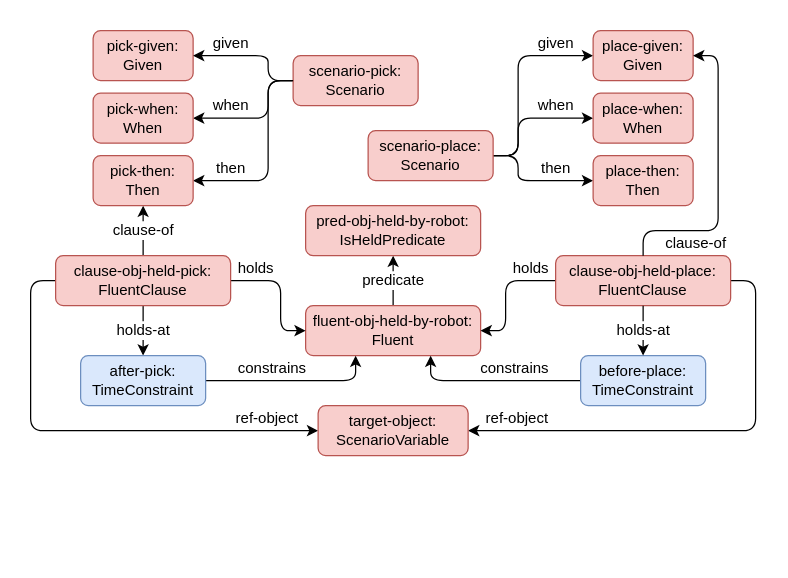
Earlier version of the draw.io diagram page "template with 2 isHeld" (4 of 8) of bdd-example-pickplace.drawio (minhnh/drawio-diagrams). Source tidied: cells renumbered, new cells numbered last; positions are measured from the earlier drawing's top-left corner, leaving out a move shared by most shapes. Both pictures are drawn from the tidied source at 125%, with x=0, y=0 at pixel (30, 30).
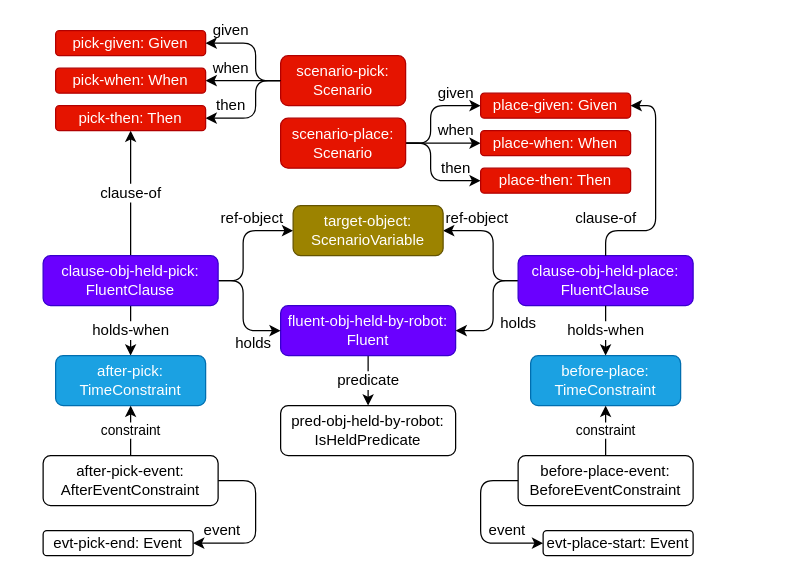
The same page after the edit.

What changed in the source:
```diff
@@
-    <mxCell id="3" value="fluent-obj-held-by-robot:&lt;br style=&quot;font-size: 12px;&quot;&gt;Fluent" style="rounded=1;whiteSpace=wrap;html=1;fillColor=#f8cecc;strokeColor=#b85450;fontSize=12;labelBackgroundColor=none;" parent="1" vertex="1">
-      <mxGeometry x="220" y="220" width="140" height="40" as="geometry" />
+    <mxCell id="3" value="fluent-obj-held-by-robot:&lt;br style=&quot;font-size: 12px;&quot;&gt;Fluent" style="rounded=1;whiteSpace=wrap;html=1;fillColor=#6a00ff;strokeColor=#3700CC;fontSize=12;labelBackgroundColor=none;fontColor=#ffffff;" parent="1" vertex="1">
+      <mxGeometry x="200" y="220" width="140" height="40" as="geometry" />
     </mxCell>
-    <mxCell id="4" value="pred-obj-held-by-robot: IsHeldPredicate" style="rounded=1;whiteSpace=wrap;html=1;fillColor=#f8cecc;strokeColor=#b85450;fontSize=12;labelBackgroundColor=none;" parent="1" vertex="1">
-      <mxGeometry x="220" y="140" width="140" height="40" as="geometry" />
+    <mxCell id="4" value="pred-obj-held-by-robot: IsHeldPredicate" style="rounded=1;whiteSpace=wrap;html=1;fontSize=12;labelBackgroundColor=none;" parent="1" vertex="1">
+      <mxGeometry x="200" y="300" width="140" height="40" as="geometry" />
     </mxCell>
     <mxCell id="5" value="holds" style="edgeStyle=orthogonalEdgeStyle;shape=connector;rounded=1;jettySize=auto;html=1;labelBackgroundColor=none;strokeColor=default;align=center;verticalAlign=middle;fontFamily=Helvetica;fontSize=12;fontColor=default;endArrow=classic;" parent="1" edge="1" source="9" target="3">
-      <mxGeometry x="-0.6" y="10" relative="1" as="geometry">
+      <mxGeometry x="0.5" y="-10" relative="1" as="geometry">
         <Array as="points">
-          <mxPoint x="200" y="200" />
-          <mxPoint x="200" y="240" />
+          <mxPoint x="170" y="200" />
+          <mxPoint x="170" y="240" />
         </Array>
       </mxGeometry>
     </mxCell>
-    <mxCell id="6" value="holds-at" style="edgeStyle=orthogonalEdgeStyle;shape=connector;rounded=1;jettySize=auto;html=1;labelBackgroundColor=default;strokeColor=default;align=center;verticalAlign=middle;fontFamily=Helvetica;fontSize=12;fontColor=default;endArrow=classic;" parent="1" edge="1" source="9" target="11">
-      <mxGeometry relative="1" as="geometry" />
+    <mxCell id="6" value="holds-when" style="edgeStyle=orthogonalEdgeStyle;shape=connector;rounded=1;jettySize=auto;html=1;labelBackgroundColor=default;strokeColor=default;align=center;verticalAlign=middle;fontFamily=Helvetica;fontSize=12;fontColor=default;endArrow=classic;" parent="1" edge="1" source="9" target="11">
+      <mxGeometry relative="1" as="geometry">
+        <Array as="points">
+          <mxPoint x="80" y="240" />
+          <mxPoint x="80" y="240" />
+        </Array>
+      </mxGeometry>
     </mxCell>
@@
     <mxCell id="8" value="ref-object" style="edgeStyle=orthogonalEdgeStyle;shape=connector;rounded=1;jettySize=auto;html=1;labelBackgroundColor=none;strokeColor=default;align=center;verticalAlign=middle;fontFamily=Helvetica;fontSize=12;fontColor=default;endArrow=classic;" parent="1" edge="1" source="9" target="31">
-      <mxGeometry x="0.78" y="10" relative="1" as="geometry">
+      <mxGeometry x="0.33" y="10" relative="1" as="geometry">
         <Array as="points">
-          <mxPoint y="200" />
-          <mxPoint y="320" />
+          <mxPoint x="170" y="200" />
+          <mxPoint x="170" y="160" />
         </Array>
       </mxGeometry>
     </mxCell>
-    <mxCell id="9" value="clause-obj-held-pick: FluentClause" style="rounded=1;whiteSpace=wrap;html=1;fillColor=#f8cecc;strokeColor=#b85450;fontSize=12;labelBackgroundColor=none;" parent="1" vertex="1">
-      <mxGeometry x="20" y="180" width="140" height="40" as="geometry" />
+    <mxCell id="9" value="clause-obj-held-pick: FluentClause" style="rounded=1;whiteSpace=wrap;html=1;fillColor=#6a00ff;strokeColor=#3700CC;fontSize=12;labelBackgroundColor=none;fontColor=#ffffff;" parent="1" vertex="1">
+      <mxGeometry x="10" y="180" width="140" height="40" as="geometry" />
     </mxCell>
-    <mxCell id="10" value="constrains" style="edgeStyle=orthogonalEdgeStyle;shape=connector;rounded=1;jettySize=auto;html=1;labelBackgroundColor=none;strokeColor=default;align=center;verticalAlign=middle;fontFamily=Helvetica;fontSize=12;fontColor=default;endArrow=classic;" parent="1" edge="1" source="11" target="3">
-      <mxGeometry x="-0.25" y="10" relative="1" as="geometry">
-        <Array as="points">
-          <mxPoint x="260" y="280" />
-        </Array>
-      </mxGeometry>
-    </mxCell>
-    <mxCell id="11" value="after-pick: TimeConstraint" style="rounded=1;whiteSpace=wrap;html=1;fillColor=#dae8fc;strokeColor=#6c8ebf;fontSize=12;labelBackgroundColor=none;" parent="1" vertex="1">
-      <mxGeometry x="40" y="260" width="100" height="40" as="geometry" />
+    <mxCell id="11" value="after-pick: TimeConstraint" style="rounded=1;whiteSpace=wrap;html=1;fillColor=#1ba1e2;strokeColor=#006EAF;fontSize=12;labelBackgroundColor=none;fontColor=#ffffff;" parent="1" vertex="1">
+      <mxGeometry x="20" y="260" width="120" height="40" as="geometry" />
     </mxCell>
     <mxCell id="12" value="then" style="edgeStyle=orthogonalEdgeStyle;shape=connector;rounded=1;jettySize=auto;html=1;labelBackgroundColor=none;strokeColor=default;align=center;verticalAlign=middle;fontFamily=Helvetica;fontSize=12;fontColor=default;endArrow=classic;" parent="1" edge="1" source="14" target="15">
-      <mxGeometry x="0.62" y="-10" relative="1" as="geometry">
+      <mxGeometry x="0.56" y="-10" relative="1" as="geometry">
         <Array as="points">
-          <mxPoint x="190" y="40" />
-          <mxPoint x="190" y="120" />
+          <mxPoint x="180" y="40" />
+          <mxPoint x="180" y="70" />
         </Array>
       </mxGeometry>
     </mxCell>
     <mxCell id="13" value="when" style="edgeStyle=orthogonalEdgeStyle;shape=connector;rounded=1;jettySize=auto;html=1;labelBackgroundColor=none;strokeColor=default;align=center;verticalAlign=middle;fontFamily=Helvetica;fontSize=12;fontColor=default;endArrow=classic;" parent="1" edge="1" source="14" target="28">
-      <mxGeometry x="0.45" y="-10" relative="1" as="geometry">
+      <mxGeometry x="0.33" y="-10" relative="1" as="geometry">
         <Array as="points">
-          <mxPoint x="190" y="40" />
-          <mxPoint x="190" y="70" />
+          <mxPoint x="150" y="40" />
+          <mxPoint x="150" y="40" />
         </Array>
       </mxGeometry>
     </mxCell>
-    <mxCell id="14" value="scenario-pick: Scenario" style="rounded=1;whiteSpace=wrap;html=1;fillColor=#f8cecc;strokeColor=#b85450;fontSize=12;labelBackgroundColor=none;" parent="1" vertex="1">
-      <mxGeometry x="210" y="20" width="100" height="40" as="geometry" />
+    <mxCell id="14" value="scenario-pick: Scenario" style="rounded=1;whiteSpace=wrap;html=1;fillColor=#e51400;strokeColor=#B20000;fontSize=12;labelBackgroundColor=none;fontColor=#ffffff;" parent="1" vertex="1">
+      <mxGeometry x="200" y="20" width="100" height="40" as="geometry" />
     </mxCell>
-    <mxCell id="15" value="pick-then: Then" style="rounded=1;whiteSpace=wrap;html=1;fillColor=#f8cecc;strokeColor=#b85450;fontSize=12;labelBackgroundColor=none;" parent="1" vertex="1">
-      <mxGeometry x="50" y="100" width="80" height="40" as="geometry" />
+    <mxCell id="15" value="pick-then: Then" style="rounded=1;whiteSpace=wrap;html=1;fillColor=#e51400;strokeColor=#B20000;fontSize=12;labelBackgroundColor=none;fontColor=#ffffff;" parent="1" vertex="1">
+      <mxGeometry x="20" y="60" width="120" height="20" as="geometry" />
     </mxCell>
     <mxCell id="16" value="holds" style="edgeStyle=orthogonalEdgeStyle;shape=connector;rounded=1;jettySize=auto;html=1;labelBackgroundColor=none;strokeColor=default;align=center;verticalAlign=middle;fontFamily=Helvetica;fontSize=12;fontColor=default;endArrow=classic;" parent="1" edge="1" source="18" target="3">
-      <mxGeometry x="-0.6" y="-10" relative="1" as="geometry">
+      <mxGeometry x="0.2" y="20" relative="1" as="geometry">
         <Array as="points">
-          <mxPoint x="380" y="200" />
-          <mxPoint x="380" y="240" />
+          <mxPoint x="370" y="200" />
+          <mxPoint x="370" y="240" />
         </Array>
       </mxGeometry>
     </mxCell>
     <mxCell id="17" value="ref-object" style="edgeStyle=orthogonalEdgeStyle;shape=connector;rounded=1;jettySize=auto;html=1;labelBackgroundColor=none;strokeColor=default;align=center;verticalAlign=middle;fontFamily=Helvetica;fontSize=12;fontColor=default;endArrow=classic;" parent="1" edge="1" source="18" target="31">
-      <mxGeometry x="0.79" y="-10" relative="1" as="geometry">
+      <mxGeometry x="0.45" y="-10" relative="1" as="geometry">
         <Array as="points">
-          <mxPoint x="580" y="200" />
-          <mxPoint x="580" y="320" />
+          <mxPoint x="370" y="200" />
+          <mxPoint x="370" y="160" />
         </Array>
       </mxGeometry>
     </mxCell>
-    <mxCell id="18" value="clause-obj-held-place: FluentClause" style="rounded=1;whiteSpace=wrap;html=1;fillColor=#f8cecc;strokeColor=#b85450;fontSize=12;labelBackgroundColor=none;" parent="1" vertex="1">
-      <mxGeometry x="420" y="180" width="140" height="40" as="geometry" />
+    <mxCell id="18" value="clause-obj-held-place: FluentClause" style="rounded=1;whiteSpace=wrap;html=1;fillColor=#6a00ff;strokeColor=#3700CC;fontSize=12;labelBackgroundColor=none;fontColor=#ffffff;" parent="1" vertex="1">
+      <mxGeometry x="390" y="180" width="140" height="40" as="geometry" />
     </mxCell>
-    <mxCell id="19" value="constrains" style="edgeStyle=orthogonalEdgeStyle;shape=connector;rounded=1;jettySize=auto;html=1;labelBackgroundColor=none;strokeColor=default;align=center;verticalAlign=middle;fontFamily=Helvetica;fontSize=12;fontColor=default;endArrow=classic;" parent="1" edge="1" source="20" target="3">
-      <mxGeometry x="-0.25" y="-10" relative="1" as="geometry">
-        <Array as="points">
-          <mxPoint x="320" y="280" />
-        </Array>
-      </mxGeometry>
-    </mxCell>
-    <mxCell id="20" value="before-place: TimeConstraint" style="rounded=1;whiteSpace=wrap;html=1;fillColor=#dae8fc;strokeColor=#6c8ebf;fontSize=12;labelBackgroundColor=none;" parent="1" vertex="1">
-      <mxGeometry x="440" y="260" width="100" height="40" as="geometry" />
+    <mxCell id="20" value="before-place: TimeConstraint" style="rounded=1;whiteSpace=wrap;html=1;fillColor=#1ba1e2;strokeColor=#006EAF;fontSize=12;labelBackgroundColor=none;fontColor=#ffffff;" parent="1" vertex="1">
+      <mxGeometry x="400" y="260" width="120" height="40" as="geometry" />
     </mxCell>
-    <mxCell id="21" value="holds-at" style="edgeStyle=orthogonalEdgeStyle;shape=connector;rounded=1;jettySize=auto;html=1;labelBackgroundColor=default;strokeColor=default;align=center;verticalAlign=middle;fontFamily=Helvetica;fontSize=12;fontColor=default;endArrow=classic;" parent="1" edge="1" source="18" target="20">
-      <mxGeometry relative="1" as="geometry" />
+    <mxCell id="21" value="holds-when" style="edgeStyle=orthogonalEdgeStyle;shape=connector;rounded=1;jettySize=auto;html=1;labelBackgroundColor=default;strokeColor=default;align=center;verticalAlign=middle;fontFamily=Helvetica;fontSize=12;fontColor=default;endArrow=classic;" parent="1" edge="1" source="18" target="20">
+      <mxGeometry relative="1" as="geometry">
+        <Array as="points">
+          <mxPoint x="460" y="240" />
+          <mxPoint x="460" y="240" />
+        </Array>
+      </mxGeometry>
     </mxCell>
     <mxCell id="22" value="given" style="edgeStyle=orthogonalEdgeStyle;shape=connector;rounded=1;jettySize=auto;html=1;labelBackgroundColor=none;strokeColor=default;align=center;verticalAlign=middle;fontFamily=Helvetica;fontSize=12;fontColor=default;endArrow=classic;" parent="1" edge="1" source="25" target="26">
-      <mxGeometry x="0.62" y="10" relative="1" as="geometry">
+      <mxGeometry x="0.56" y="10" relative="1" as="geometry">
         <Array as="points">
-          <mxPoint x="390" y="100" />
-          <mxPoint x="390" y="20" />
+          <mxPoint x="320" y="90" />
+          <mxPoint x="320" y="60" />
         </Array>
       </mxGeometry>
     </mxCell>
     <mxCell id="23" value="when" style="edgeStyle=orthogonalEdgeStyle;shape=connector;rounded=1;jettySize=auto;html=1;labelBackgroundColor=none;strokeColor=default;align=center;verticalAlign=middle;fontFamily=Helvetica;fontSize=12;fontColor=default;endArrow=classic;" parent="1" edge="1" source="25" target="32">
-      <mxGeometry x="0.45" y="10" relative="1" as="geometry">
-        <Array as="points">
-          <mxPoint x="390" y="100" />
-          <mxPoint x="390" y="70" />
-        </Array>
-      </mxGeometry>
+      <mxGeometry x="0.33" y="10" relative="1" as="geometry" />
     </mxCell>
     <mxCell id="24" value="then" style="edgeStyle=orthogonalEdgeStyle;shape=connector;rounded=1;jettySize=auto;html=1;labelBackgroundColor=none;strokeColor=default;align=center;verticalAlign=middle;fontFamily=Helvetica;fontSize=12;fontColor=default;endArrow=classic;" parent="1" edge="1" source="25" target="33">
-      <mxGeometry x="0.4" y="10" relative="1" as="geometry">
+      <mxGeometry x="0.56" y="10" relative="1" as="geometry">
         <Array as="points">
-          <mxPoint x="390" y="100" />
-          <mxPoint x="390" y="120" />
+          <mxPoint x="320" y="90" />
+          <mxPoint x="320" y="120" />
         </Array>
       </mxGeometry>
     </mxCell>
-    <mxCell id="25" value="scenario-place: Scenario" style="rounded=1;whiteSpace=wrap;html=1;fillColor=#f8cecc;strokeColor=#b85450;fontSize=12;labelBackgroundColor=none;" parent="1" vertex="1">
-      <mxGeometry x="270" y="80" width="100" height="40" as="geometry" />
+    <mxCell id="25" value="scenario-place: Scenario" style="rounded=1;whiteSpace=wrap;html=1;fillColor=#e51400;strokeColor=#B20000;fontSize=12;labelBackgroundColor=none;fontColor=#ffffff;" parent="1" vertex="1">
+      <mxGeometry x="200" y="70" width="100" height="40" as="geometry" />
     </mxCell>
-    <mxCell id="26" value="place-given: Given" style="rounded=1;whiteSpace=wrap;html=1;fillColor=#f8cecc;strokeColor=#b85450;fontSize=12;labelBackgroundColor=none;" parent="1" vertex="1">
-      <mxGeometry x="450" width="80" height="40" as="geometry" />
+    <mxCell id="26" value="place-given: Given" style="rounded=1;whiteSpace=wrap;html=1;fillColor=#e51400;strokeColor=#B20000;fontSize=12;labelBackgroundColor=none;fontColor=#ffffff;" parent="1" vertex="1">
+      <mxGeometry x="360" y="50" width="120" height="20" as="geometry" />
     </mxCell>
-    <mxCell id="27" value="pick-given: Given" style="rounded=1;whiteSpace=wrap;html=1;fillColor=#f8cecc;strokeColor=#b85450;fontSize=12;labelBackgroundColor=none;" parent="1" vertex="1">
-      <mxGeometry x="50" width="80" height="40" as="geometry" />
+    <mxCell id="27" value="pick-given: Given" style="rounded=1;whiteSpace=wrap;html=1;fillColor=#e51400;strokeColor=#B20000;fontSize=12;labelBackgroundColor=none;fontColor=#ffffff;" parent="1" vertex="1">
+      <mxGeometry x="20" width="120" height="20" as="geometry" />
     </mxCell>
-    <mxCell id="28" value="pick-when: When" style="rounded=1;whiteSpace=wrap;html=1;fillColor=#f8cecc;strokeColor=#b85450;fontSize=12;labelBackgroundColor=none;" parent="1" vertex="1">
-      <mxGeometry x="50" y="50" width="80" height="40" as="geometry" />
+    <mxCell id="28" value="pick-when: When" style="rounded=1;whiteSpace=wrap;html=1;fillColor=#e51400;strokeColor=#B20000;fontSize=12;labelBackgroundColor=none;fontColor=#ffffff;" parent="1" vertex="1">
+      <mxGeometry x="20" y="30" width="120" height="20" as="geometry" />
     </mxCell>
     <mxCell id="29" value="clause-of" style="edgeStyle=orthogonalEdgeStyle;shape=connector;rounded=1;jettySize=auto;html=1;labelBackgroundColor=none;strokeColor=default;align=center;verticalAlign=middle;fontFamily=Helvetica;fontSize=12;fontColor=default;endArrow=classic;" parent="1" edge="1" source="18" target="26">
-      <mxGeometry x="-0.48" y="-10" relative="1" as="geometry">
+      <mxGeometry x="-0.78" y="10" relative="1" as="geometry">
         <Array as="points">
-          <mxPoint x="490" y="160" />
-          <mxPoint x="550" y="160" />
-          <mxPoint x="550" y="20" />
+          <mxPoint x="460" y="160" />
+          <mxPoint x="500" y="160" />
+          <mxPoint x="500" y="60" />
         </Array>
       </mxGeometry>
     </mxCell>
     <mxCell id="30" value="given" style="edgeStyle=orthogonalEdgeStyle;shape=connector;rounded=1;jettySize=auto;html=1;labelBackgroundColor=none;strokeColor=default;align=center;verticalAlign=middle;fontFamily=Helvetica;fontSize=12;fontColor=default;endArrow=classic;" parent="1" edge="1" source="14" target="27">
-      <mxGeometry x="0.4" y="-10" relative="1" as="geometry">
+      <mxGeometry x="0.56" y="-10" relative="1" as="geometry">
         <Array as="points">
-          <mxPoint x="190" y="40" />
-          <mxPoint x="190" y="20" />
+          <mxPoint x="180" y="40" />
+          <mxPoint x="180" y="10" />
         </Array>
       </mxGeometry>
     </mxCell>
-    <mxCell id="31" value="target-object: ScenarioVariable" style="rounded=1;whiteSpace=wrap;html=1;fillColor=#f8cecc;strokeColor=#b85450;fontSize=12;labelBackgroundColor=none;" parent="1" vertex="1">
-      <mxGeometry x="230" y="300" width="120" height="40" as="geometry" />
+    <mxCell id="31" value="target-object: ScenarioVariable" style="rounded=1;whiteSpace=wrap;html=1;fillColor=#9C8300;strokeColor=#635300;fontSize=12;labelBackgroundColor=none;fontColor=#ffffff;" parent="1" vertex="1">
+      <mxGeometry x="210" y="140" width="120" height="40" as="geometry" />
     </mxCell>
-    <mxCell id="32" value="place-when: When" style="rounded=1;whiteSpace=wrap;html=1;fillColor=#f8cecc;strokeColor=#b85450;fontSize=12;labelBackgroundColor=none;" parent="1" vertex="1">
-      <mxGeometry x="450" y="50" width="80" height="40" as="geometry" />
+    <mxCell id="32" value="place-when: When" style="rounded=1;whiteSpace=wrap;html=1;fillColor=#e51400;strokeColor=#B20000;fontSize=12;labelBackgroundColor=none;fontColor=#ffffff;" parent="1" vertex="1">
+      <mxGeometry x="360" y="80" width="120" height="20" as="geometry" />
     </mxCell>
-    <mxCell id="33" value="place-then: Then" style="rounded=1;whiteSpace=wrap;html=1;fillColor=#f8cecc;strokeColor=#b85450;fontSize=12;labelBackgroundColor=none;" parent="1" vertex="1">
-      <mxGeometry x="450" y="100" width="80" height="40" as="geometry" />
+    <mxCell id="33" value="place-then: Then" style="rounded=1;whiteSpace=wrap;html=1;fillColor=#e51400;strokeColor=#B20000;fontSize=12;labelBackgroundColor=none;fontColor=#ffffff;" parent="1" vertex="1">
+      <mxGeometry x="360" y="110" width="120" height="20" as="geometry" />
     </mxCell>
+    <mxCell id="34" value="constraint" style="edgeStyle=orthogonalEdgeStyle;rounded=0;jettySize=auto;html=1;" parent="1" edge="1" source="36" target="11">
+      <mxGeometry relative="1" as="geometry" />
+    </mxCell>
+    <mxCell id="35" value="event" style="edgeStyle=orthogonalEdgeStyle;rounded=1;jettySize=auto;html=1;strokeColor=default;align=center;verticalAlign=middle;fontFamily=Helvetica;fontSize=12;fontColor=default;labelBackgroundColor=none;endArrow=classic;" parent="1" edge="1" source="36" target="40">
+      <mxGeometry x="0.64" y="-10" relative="1" as="geometry">
+        <Array as="points">
+          <mxPoint x="180" y="360" />
+          <mxPoint x="180" y="410" />
+        </Array>
+      </mxGeometry>
+    </mxCell>
+    <mxCell id="36" value="after-pick-event: AfterEventConstraint" style="rounded=1;whiteSpace=wrap;html=1;fontSize=12;labelBackgroundColor=none;" parent="1" vertex="1">
+      <mxGeometry x="10" y="340" width="140" height="40" as="geometry" />
+    </mxCell>
+    <mxCell id="37" value="constraint" style="edgeStyle=orthogonalEdgeStyle;rounded=0;jettySize=auto;html=1;" parent="1" edge="1" source="39" target="20">
+      <mxGeometry relative="1" as="geometry" />
+    </mxCell>
+    <mxCell id="38" value="event" style="edgeStyle=orthogonalEdgeStyle;rounded=1;jettySize=auto;html=1;strokeColor=default;align=center;verticalAlign=middle;fontFamily=Helvetica;fontSize=12;fontColor=default;labelBackgroundColor=none;endArrow=classic;" parent="1" edge="1" source="39" target="41">
+      <mxGeometry x="0.56" y="10" relative="1" as="geometry">
+        <Array as="points">
+          <mxPoint x="360" y="360" />
+          <mxPoint x="360" y="410" />
+        </Array>
+      </mxGeometry>
+    </mxCell>
+    <mxCell id="39" value="before-place-event: BeforeEventConstraint" style="rounded=1;whiteSpace=wrap;html=1;fontSize=12;labelBackgroundColor=none;" parent="1" vertex="1">
+      <mxGeometry x="390" y="340" width="140" height="40" as="geometry" />
+    </mxCell>
+    <mxCell id="40" value="evt-pick-end: Event" style="rounded=1;whiteSpace=wrap;html=1;fontSize=12;labelBackgroundColor=none;" parent="1" vertex="1">
+      <mxGeometry x="10" y="400" width="120" height="20" as="geometry" />
+    </mxCell>
+    <mxCell id="41" value="evt-place-start: Event" style="rounded=1;whiteSpace=wrap;html=1;fontSize=12;labelBackgroundColor=none;" parent="1" vertex="1">
+      <mxGeometry x="410" y="400" width="120" height="20" as="geometry" />
+    </mxCell>
```
